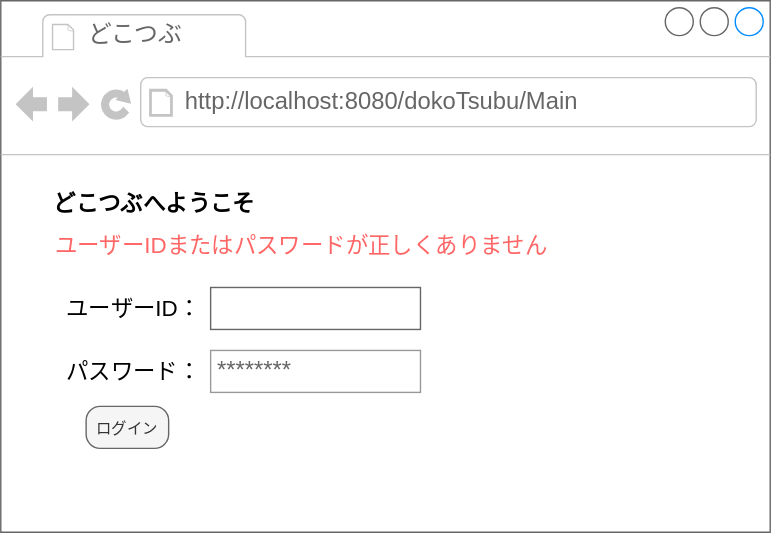
HarukiKato819/sampleRepo keeps this draw.io diagram as sample.drawio.svg. Above is the earlier version. Source tidied: cells renumbered, new cells last; positions are measured from the earlier drawing's top-left corner, leaving out a move shared by most shapes.
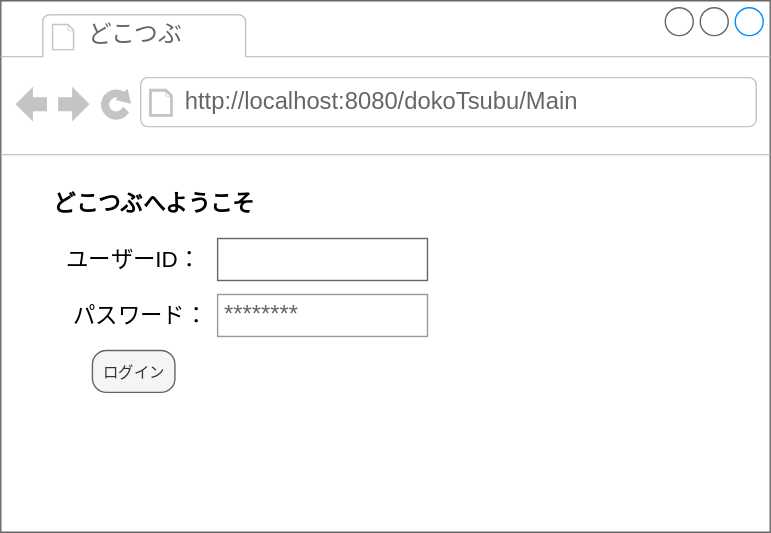
After the commit.

Commit message:
sample.drawio.svg を更新します

Diff of the diagram source:
```diff
@@ -15,22 +15,19 @@
       <mxGeometry x="20" y="130" width="180" height="30" as="geometry" />
     </mxCell>
     <mxCell id="6" value="パスワード：" style="text;strokeColor=none;fillColor=none;html=1;align=center;verticalAlign=middle;whiteSpace=wrap;rounded=0;fontSize=16;" parent="2" vertex="1">
-      <mxGeometry x="35" y="250" width="120" height="30" as="geometry" />
+      <mxGeometry x="40" y="210" width="120" height="30" as="geometry" />
     </mxCell>
     <mxCell id="7" value="ユーザーID：" style="text;strokeColor=none;fillColor=none;html=1;align=center;verticalAlign=middle;whiteSpace=wrap;rounded=0;fontSize=16;" parent="2" vertex="1">
-      <mxGeometry x="40" y="205" width="110" height="30" as="geometry" />
+      <mxGeometry x="40" y="170" width="110" height="30" as="geometry" />
     </mxCell>
     <mxCell id="8" style="strokeWidth=1;shadow=0;dashed=0;align=center;html=1;shape=mxgraph.mockup.text.textBox;fontColor=#666666;align=left;fontSize=17;spacingLeft=4;spacingTop=-3;whiteSpace=wrap;strokeColor=#666666;mainText=;" parent="2" vertex="1">
-      <mxGeometry x="150" y="205" width="150" height="30" as="geometry" />
+      <mxGeometry x="155" y="170" width="150" height="30" as="geometry" />
     </mxCell>
     <mxCell id="9" value="********" style="strokeWidth=1;shadow=0;dashed=0;align=center;html=1;shape=mxgraph.mockup.forms.pwField;strokeColor=#999999;mainText=;align=left;fontColor=#666666;fontSize=17;spacingLeft=3;" parent="2" vertex="1">
-      <mxGeometry x="150" y="250" width="150" height="30" as="geometry" />
+      <mxGeometry x="155" y="210" width="150" height="30" as="geometry" />
     </mxCell>
     <mxCell id="10" value="&lt;span style=&quot;font-weight: normal;&quot;&gt;&lt;font style=&quot;font-size: 11px;&quot;&gt;ログイン&lt;/font&gt;&lt;/span&gt;" style="strokeWidth=1;shadow=0;dashed=0;align=center;html=1;shape=mxgraph.mockup.buttons.button;mainText=;buttonStyle=round;fontSize=17;fontStyle=1;whiteSpace=wrap;fillColor=#f5f5f5;fontColor=#333333;strokeColor=#666666;" parent="2" vertex="1">
-      <mxGeometry x="61" y="290" width="59" height="30" as="geometry" />
+      <mxGeometry x="65.5" y="250" width="59" height="30" as="geometry" />
     </mxCell>
-    <mxCell id="11" value="ユーザーIDまたはパスワードが正しくありません" style="text;strokeColor=none;fillColor=none;html=1;align=center;verticalAlign=middle;whiteSpace=wrap;rounded=0;fontSize=16;fontColor=#FF6666;" parent="1" vertex="1">
-      <mxGeometry x="30" y="160" width="370" height="30" as="geometry" />
-    </mxCell>
   </root>
 </mxGraphModel>
```
